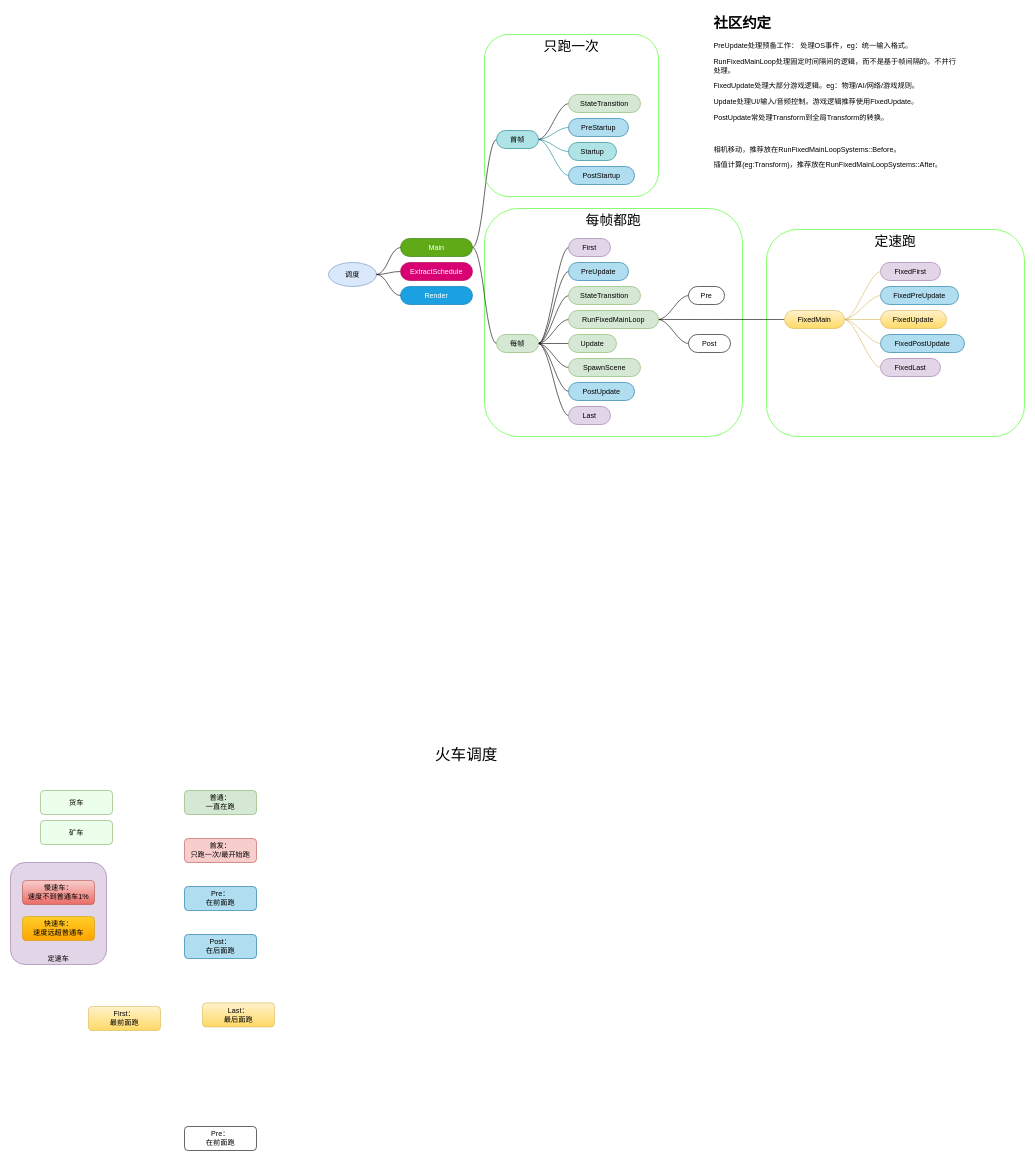
This is page "调度" (6 of 6) of bevy-0.17.drawio from topkg/graph, a draw.io file, before an edit. Source tidied: cells renumbered, new cells numbered last; positions are measured from the earlier drawing's top-left corner, leaving out a move shared by most shapes. Both pictures are drawn from the tidied source at 60%, with x=0, y=0 at pixel (10, 10).
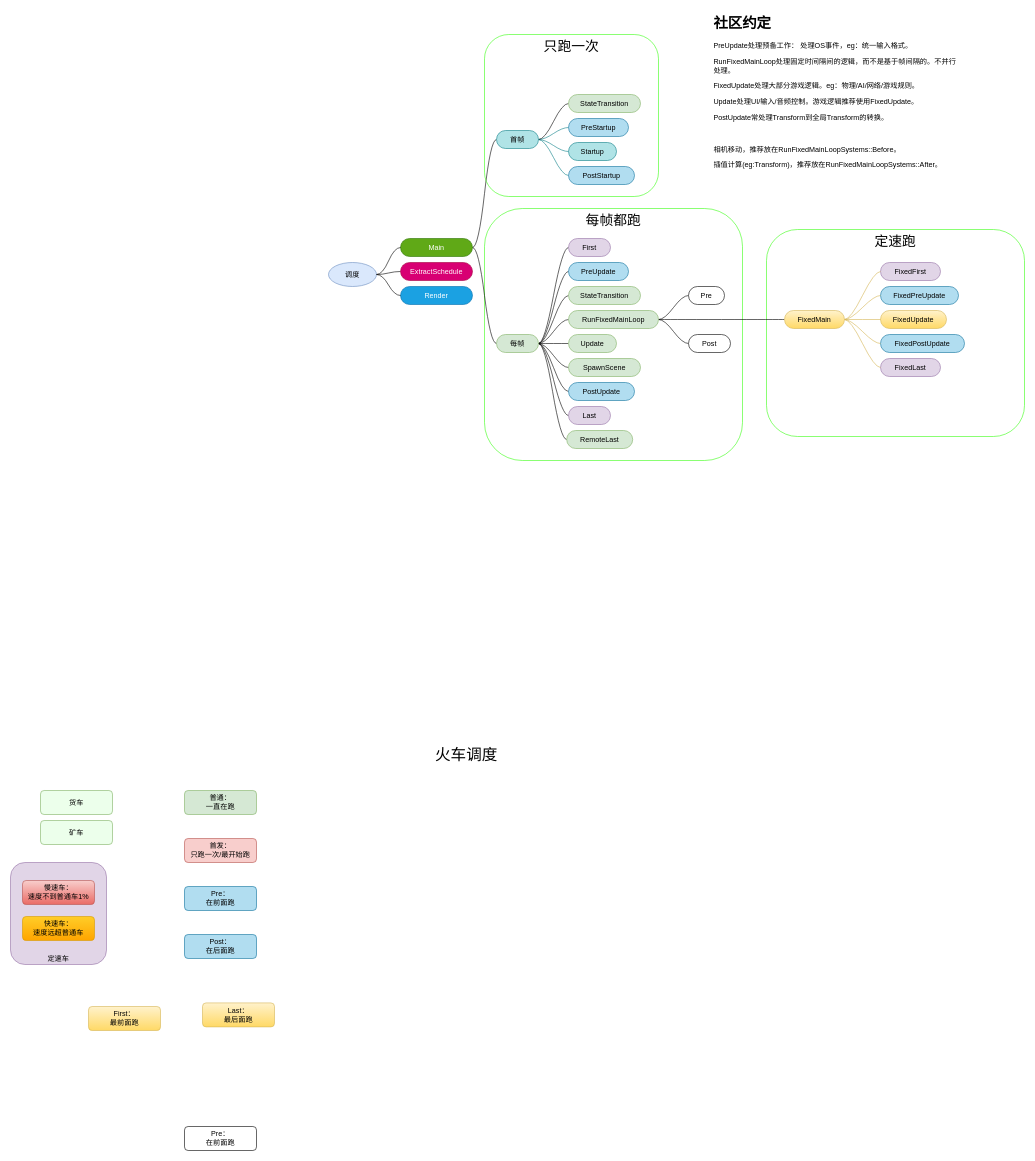
The same diagram, later.

Unchanged cells that the change refers to:
```xml
<mxCell id="37" value="每帧" style="whiteSpace=wrap;html=1;rounded=1;arcSize=50;align=center;verticalAlign=middle;strokeWidth=1;spacing=4;newEdgeStyle={&quot;edgeStyle&quot;:&quot;entityRelationEdgeStyle&quot;,&quot;startArrow&quot;:&quot;none&quot;,&quot;endArrow&quot;:&quot;none&quot;,&quot;segment&quot;:10,&quot;curved&quot;:1,&quot;sourcePerimeterSpacing&quot;:0,&quot;targetPerimeterSpacing&quot;:0};fillColor=#d5e8d4;strokeColor=#82b366;shadow=0;" parent="1" vertex="1">
  <mxGeometry x="810" y="540" width="70" height="30" as="geometry" />
</mxCell>
```

The edit, as a diff of the source:
```diff
@@
     <mxCell id="3" value="&lt;font style=&quot;font-size: 23px;&quot;&gt;每帧都跑&lt;/font&gt;" style="rounded=1;whiteSpace=wrap;html=1;verticalAlign=top;align=center;fillColor=none;strokeColor=#3BFF15;" parent="1" vertex="1">
-      <mxGeometry x="790" y="330" width="430" height="380" as="geometry" />
+      <mxGeometry x="790" y="330" width="430" height="420" as="geometry" />
     </mxCell>
@@
+    <mxCell id="70" style="edgeStyle=entityRelationEdgeStyle;rounded=0;jettySize=auto;html=1;startArrow=none;endArrow=none;segment=10;curved=1;sourcePerimeterSpacing=0;targetPerimeterSpacing=0;" parent="1" edge="1" source="37" target="71">
+      <mxGeometry relative="1" as="geometry" />
+    </mxCell>
@@
+    <mxCell id="71" value="RemoteLast" style="whiteSpace=wrap;html=1;rounded=1;arcSize=50;align=center;verticalAlign=middle;strokeWidth=1;spacing=4;newEdgeStyle={&quot;edgeStyle&quot;:&quot;entityRelationEdgeStyle&quot;,&quot;startArrow&quot;:&quot;none&quot;,&quot;endArrow&quot;:&quot;none&quot;,&quot;segment&quot;:10,&quot;curved&quot;:1,&quot;sourcePerimeterSpacing&quot;:0,&quot;targetPerimeterSpacing&quot;:0};fillColor=#d5e8d4;strokeColor=#82b366;shadow=0;" parent="1" vertex="1">
+      <mxGeometry x="927" y="700" width="110" height="30" as="geometry" />
+    </mxCell>
```
